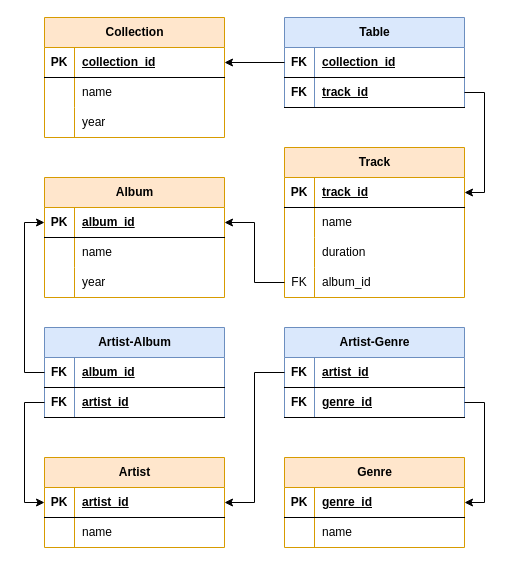
The draw.io diagram Diagram HW_2.drawio in MShapaev/SQL-create-table-HW_2, before the edit. Source tidied: cells renumbered, new cells numbered last; positions are measured from the earlier drawing's top-left corner, leaving out a move shared by most shapes. Both pictures are drawn from the tidied source at 100%, with x=0, y=0 at pixel (44, 17).
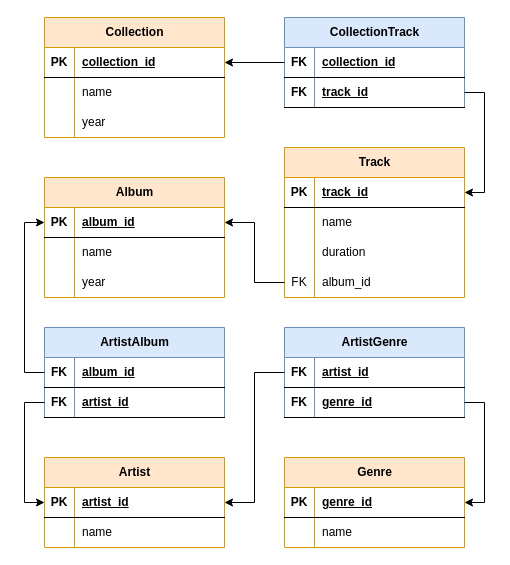
The same page after the edit.

Change to the diagram source:
```diff
@@
-    <mxCell id="40" value="Artist-Genre" style="shape=table;startSize=30;childLayout=tableLayout;rowLines=0;fontStyle=1;align=center;html=1;fillColor=#dae8fc;strokeColor=#6c8ebf;" parent="1" vertex="1">
+    <mxCell id="40" value="ArtistGenre" style="shape=table;startSize=30;childLayout=tableLayout;rowLines=0;fontStyle=1;align=center;html=1;fillColor=#dae8fc;strokeColor=#6c8ebf;" parent="1" vertex="1">
       <mxGeometry x="240" y="310" width="180" height="90" as="geometry" />
     </mxCell>
@@
-    <mxCell id="48" value="Artist-Album" style="shape=table;startSize=30;childLayout=tableLayout;rowLines=0;fontStyle=1;align=center;html=1;fillColor=#dae8fc;strokeColor=#6c8ebf;" parent="1" vertex="1">
+    <mxCell id="48" value="ArtistAlbum" style="shape=table;startSize=30;childLayout=tableLayout;rowLines=0;fontStyle=1;align=center;html=1;fillColor=#dae8fc;strokeColor=#6c8ebf;" parent="1" vertex="1">
       <mxGeometry y="310" width="180" height="90" as="geometry" />
     </mxCell>
@@
-    <mxCell id="65" value="Table" style="shape=table;startSize=30;childLayout=tableLayout;rowLines=0;fontStyle=1;align=center;html=1;fillColor=#dae8fc;strokeColor=#6c8ebf;" parent="1" vertex="1">
+    <mxCell id="65" value="CollectionTrack" style="shape=table;startSize=30;childLayout=tableLayout;rowLines=0;fontStyle=1;align=center;html=1;fillColor=#dae8fc;strokeColor=#6c8ebf;" parent="1" vertex="1">
       <mxGeometry x="240" width="180" height="90" as="geometry" />
     </mxCell>
```
